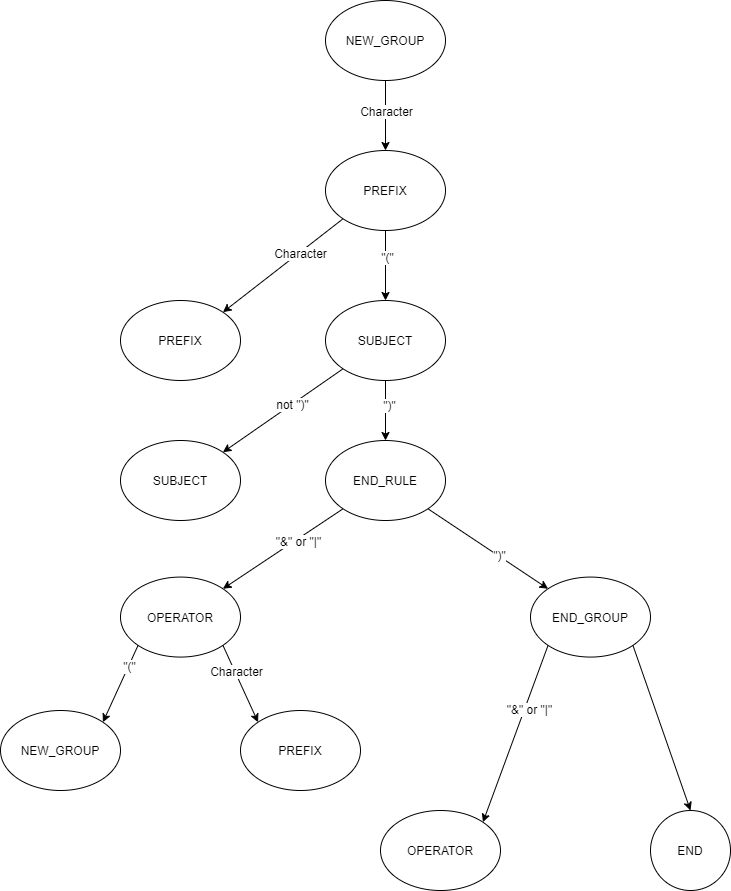
Romazho/Test_LOG3430- keeps this draw.io diagram as TP4/TransitionTreeParser.png. Above is the earlier version. Source tidied: cells renumbered, new cells last; positions are measured from the earlier drawing's top-left corner, leaving out a move shared by most shapes. The source it was exported from:
```xml
<mxGraphModel>
  <root>
    <mxCell id="0" />
    <mxCell id="1" parent="0" />
    <mxCell id="2" style="edgeStyle=orthogonalEdgeStyle;rounded=0;jettySize=auto;html=1;entryX=0.5;entryY=0;entryDx=0;entryDy=0;" parent="1" edge="1" source="4" target="7">
      <mxGeometry relative="1" as="geometry" />
    </mxCell>
    <mxCell id="3" value="Character" style="text;html=1;align=center;verticalAlign=middle;labelBackgroundColor=#ffffff;" parent="2" vertex="1">
      <mxGeometry x="-0.12" relative="1" as="geometry" />
    </mxCell>
    <mxCell id="4" value="NEW_GROUP" style="ellipse;whiteSpace=wrap;html=1;" parent="1" vertex="1">
      <mxGeometry x="325" width="120" height="80" as="geometry" />
    </mxCell>
    <mxCell id="5" style="edgeStyle=orthogonalEdgeStyle;rounded=0;jettySize=auto;html=1;entryX=0.5;entryY=0;entryDx=0;entryDy=0;" parent="1" edge="1" source="7" target="11">
      <mxGeometry relative="1" as="geometry" />
    </mxCell>
    <mxCell id="6" value="&quot;(&quot;" style="text;html=1;align=center;verticalAlign=middle;labelBackgroundColor=#ffffff;" parent="5" vertex="1">
      <mxGeometry x="-0.24" y="1" relative="1" as="geometry" />
    </mxCell>
    <mxCell id="7" value="PREFIX" style="ellipse;whiteSpace=wrap;html=1;" parent="1" vertex="1">
      <mxGeometry x="325" y="150" width="120" height="80" as="geometry" />
    </mxCell>
    <mxCell id="8" value="PREFIX" style="ellipse;whiteSpace=wrap;html=1;" parent="1" vertex="1">
      <mxGeometry x="120" y="300" width="120" height="80" as="geometry" />
    </mxCell>
    <mxCell id="9" style="edgeStyle=orthogonalEdgeStyle;rounded=0;jumpStyle=none;jettySize=auto;html=1;strokeColor=#000000;" parent="1" edge="1" source="11" target="15">
      <mxGeometry relative="1" as="geometry" />
    </mxCell>
    <mxCell id="10" value="&quot;)&quot;" style="text;html=1;align=center;verticalAlign=middle;labelBackgroundColor=#ffffff;" parent="9" vertex="1">
      <mxGeometry x="-0.17" y="3" relative="1" as="geometry" />
    </mxCell>
    <mxCell id="11" value="SUBJECT" style="ellipse;whiteSpace=wrap;html=1;" parent="1" vertex="1">
      <mxGeometry x="325" y="300" width="120" height="80" as="geometry" />
    </mxCell>
    <mxCell id="12" style="endArrow=classic;html=1;strokeColor=#000000;entryX=1;entryY=0;entryDx=0;entryDy=0;exitX=0;exitY=1;exitDx=0;exitDy=0;" parent="1" edge="1" source="7" target="8">
      <mxGeometry relative="1" as="geometry" />
    </mxCell>
    <mxCell id="13" value="Character" style="text;html=1;align=center;verticalAlign=middle;labelBackgroundColor=#ffffff;" parent="12" vertex="1">
      <mxGeometry x="-0.27" y="1" relative="1" as="geometry">
        <mxPoint y="-1" as="offset" />
      </mxGeometry>
    </mxCell>
    <mxCell id="14" value="SUBJECT" style="ellipse;whiteSpace=wrap;html=1;" parent="1" vertex="1">
      <mxGeometry x="120" y="440" width="120" height="80" as="geometry" />
    </mxCell>
    <mxCell id="15" value="END_RULE" style="ellipse;whiteSpace=wrap;html=1;" parent="1" vertex="1">
      <mxGeometry x="325" y="440" width="120" height="80" as="geometry" />
    </mxCell>
    <mxCell id="16" style="endArrow=classic;html=1;strokeColor=#000000;entryX=1;entryY=0;entryDx=0;entryDy=0;exitX=0;exitY=1;exitDx=0;exitDy=0;" parent="1" edge="1" source="11" target="14">
      <mxGeometry relative="1" as="geometry" />
    </mxCell>
    <mxCell id="17" value="not &quot;)&quot;" style="text;html=1;align=center;verticalAlign=middle;labelBackgroundColor=#ffffff;" parent="16" vertex="1">
      <mxGeometry x="-0.15" y="-1" relative="1" as="geometry" />
    </mxCell>
    <mxCell id="18" value="OPERATOR" style="ellipse;whiteSpace=wrap;html=1;" parent="1" vertex="1">
      <mxGeometry x="120" y="576.6" width="120" height="80" as="geometry" />
    </mxCell>
    <mxCell id="19" value="END_GROUP" style="ellipse;whiteSpace=wrap;html=1;" parent="1" vertex="1">
      <mxGeometry x="530" y="576.6" width="120" height="80" as="geometry" />
    </mxCell>
    <mxCell id="20" style="endArrow=classic;html=1;strokeColor=#000000;entryX=1;entryY=0;entryDx=0;entryDy=0;exitX=0;exitY=1;exitDx=0;exitDy=0;" parent="1" edge="1" source="15" target="18">
      <mxGeometry relative="1" as="geometry" />
    </mxCell>
    <mxCell id="21" value="&quot;&amp;amp;&quot; or &quot;|&quot;" style="text;html=1;align=center;verticalAlign=middle;labelBackgroundColor=#ffffff;" parent="20" vertex="1">
      <mxGeometry x="-0.23" y="1" relative="1" as="geometry" />
    </mxCell>
    <mxCell id="22" value="OPERATOR" style="ellipse;whiteSpace=wrap;html=1;" parent="1" vertex="1">
      <mxGeometry x="380" y="810" width="120" height="80" as="geometry" />
    </mxCell>
    <mxCell id="23" style="endArrow=classic;html=1;strokeColor=#000000;entryX=0;entryY=0;entryDx=0;entryDy=0;exitX=1;exitY=1;exitDx=0;exitDy=0;" parent="1" edge="1" source="15" target="19">
      <mxGeometry relative="1" as="geometry" />
    </mxCell>
    <mxCell id="24" value="&quot;)&quot;" style="text;html=1;align=center;verticalAlign=middle;labelBackgroundColor=#ffffff;" parent="23" vertex="1">
      <mxGeometry x="0.17" y="1" relative="1" as="geometry" />
    </mxCell>
    <mxCell id="25" value="END" style="ellipse;whiteSpace=wrap;html=1;" parent="1" vertex="1">
      <mxGeometry x="650" y="810" width="80" height="80" as="geometry" />
    </mxCell>
    <mxCell id="26" style="endArrow=classic;html=1;strokeColor=#000000;entryX=1;entryY=0;entryDx=0;entryDy=0;exitX=0;exitY=1;exitDx=0;exitDy=0;" parent="1" edge="1" source="19" target="22">
      <mxGeometry relative="1" as="geometry" />
    </mxCell>
    <mxCell id="27" value="&quot;&amp;amp;&quot; or &quot;|&quot;" style="text;html=1;align=center;verticalAlign=middle;labelBackgroundColor=#ffffff;" parent="26" vertex="1">
      <mxGeometry x="-0.3" y="3" relative="1" as="geometry" />
    </mxCell>
    <mxCell id="28" value="PREFIX" style="ellipse;whiteSpace=wrap;html=1;" parent="1" vertex="1">
      <mxGeometry x="240" y="710" width="120" height="80" as="geometry" />
    </mxCell>
    <mxCell id="29" value="NEW_GROUP" style="ellipse;whiteSpace=wrap;html=1;" parent="1" vertex="1">
      <mxGeometry y="710" width="120" height="80" as="geometry" />
    </mxCell>
    <mxCell id="30" style="endArrow=classic;html=1;strokeColor=#000000;entryX=1;entryY=0;entryDx=0;entryDy=0;exitX=0;exitY=1;exitDx=0;exitDy=0;" parent="1" edge="1" source="18" target="29">
      <mxGeometry relative="1" as="geometry" />
    </mxCell>
    <mxCell id="31" value="&quot;(&quot;" style="text;html=1;align=center;verticalAlign=middle;labelBackgroundColor=#ffffff;" parent="30" vertex="1">
      <mxGeometry x="-0.47" relative="1" as="geometry" />
    </mxCell>
    <mxCell id="32" style="endArrow=classic;html=1;strokeColor=#000000;entryX=0;entryY=0;entryDx=0;entryDy=0;exitX=1;exitY=1;exitDx=0;exitDy=0;" parent="1" edge="1" source="18" target="28">
      <mxGeometry relative="1" as="geometry" />
    </mxCell>
    <mxCell id="33" value="Character" style="text;html=1;align=center;verticalAlign=middle;labelBackgroundColor=#ffffff;" parent="32" vertex="1">
      <mxGeometry x="-0.36" y="1" relative="1" as="geometry" />
    </mxCell>
    <mxCell id="34" style="endArrow=classic;html=1;strokeColor=#000000;entryX=0.5;entryY=0;entryDx=0;entryDy=0;exitX=1;exitY=1;exitDx=0;exitDy=0;" parent="1" edge="1" source="19" target="25">
      <mxGeometry relative="1" as="geometry" />
    </mxCell>
  </root>
</mxGraphModel>
```
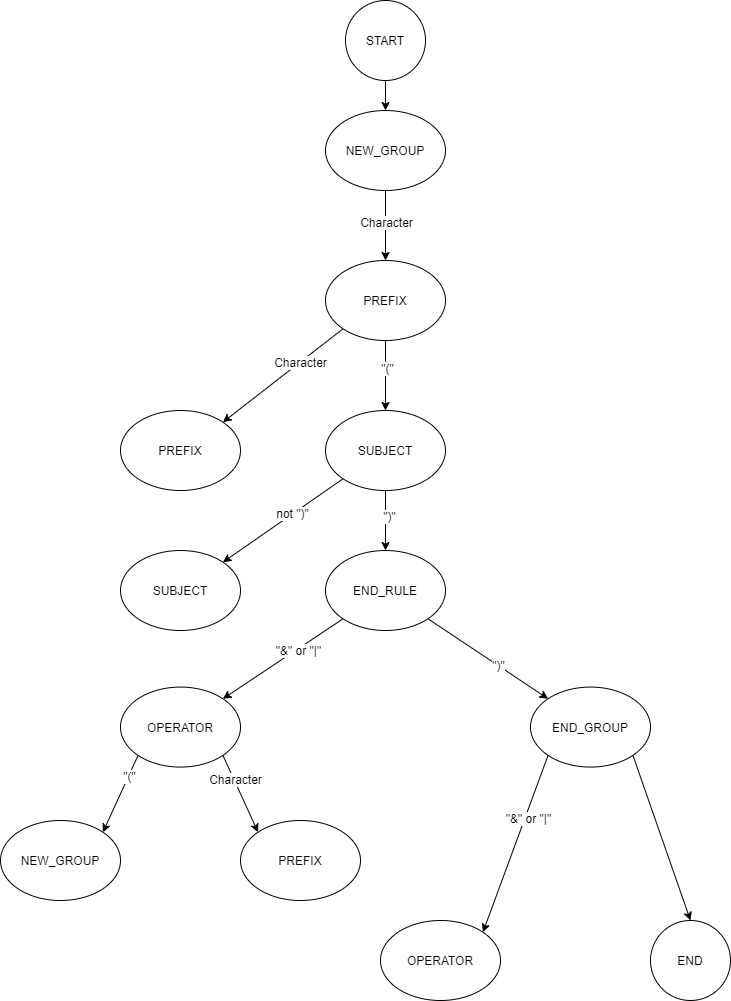
The same file after the commit.

Commit message:
HP : Add transition table and correction

Change to the diagram source:
```diff
@@ -103,5 +103,11 @@
     <mxCell id="34" style="endArrow=classic;html=1;strokeColor=#000000;entryX=0.5;entryY=0;entryDx=0;entryDy=0;exitX=1;exitY=1;exitDx=0;exitDy=0;" parent="1" edge="1" source="19" target="25">
       <mxGeometry relative="1" as="geometry" />
     </mxCell>
+    <mxCell id="35" style="edgeStyle=orthogonalEdgeStyle;rounded=0;jettySize=auto;html=1;entryX=0.5;entryY=0;entryDx=0;entryDy=0;" parent="1" edge="1" source="36" target="4">
+      <mxGeometry relative="1" as="geometry" />
+    </mxCell>
+    <mxCell id="36" value="START" style="ellipse;whiteSpace=wrap;html=1;" parent="1" vertex="1">
+      <mxGeometry x="345" y="-110" width="80" height="80" as="geometry" />
+    </mxCell>
   </root>
 </mxGraphModel>
```
